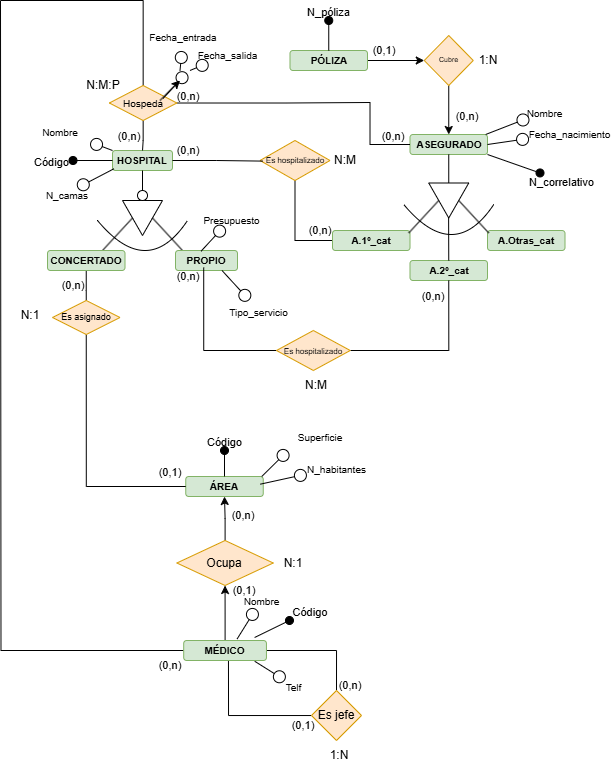
Above: Data Base/GestionHospitales.drawio.png in Samue45/1-DAM (draw.io), before the change. Source tidied: cells renumbered, new cells last; positions are measured from the earlier drawing's top-left corner, leaving out a move shared by most shapes.
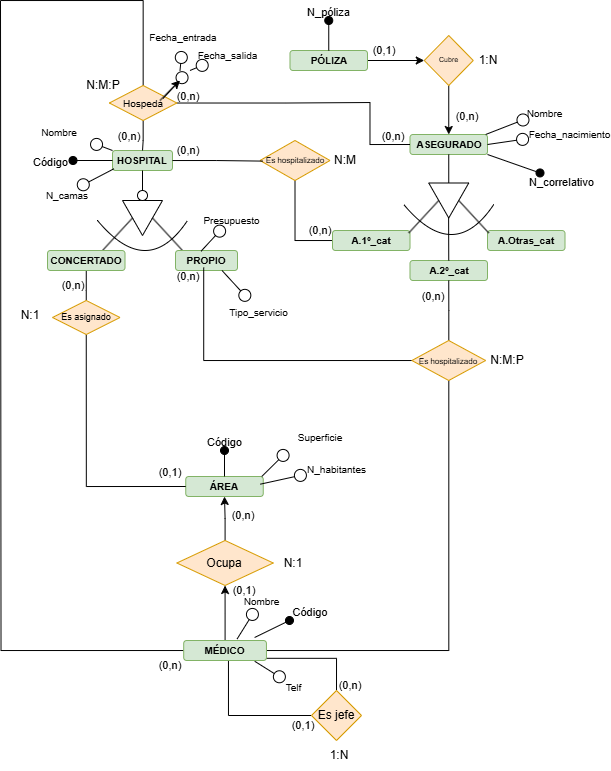
Later version of the same file.

What changed in the source:
```diff
@@ -102,7 +102,7 @@
     <mxCell id="30" style="edgeStyle=orthogonalEdgeStyle;rounded=0;jettySize=auto;html=1;entryX=0.5;entryY=1;entryDx=0;entryDy=0;" parent="1" edge="1" source="33" target="85">
       <mxGeometry relative="1" as="geometry" />
     </mxCell>
-    <mxCell id="31" style="edgeStyle=orthogonalEdgeStyle;rounded=0;jettySize=auto;html=1;endArrow=none;endFill=0;entryX=0.5;entryY=0;entryDx=0;entryDy=0;exitX=1;exitY=0.5;exitDx=0;exitDy=0;" parent="1" edge="1" source="33" target="88">
+    <mxCell id="31" style="edgeStyle=orthogonalEdgeStyle;rounded=0;jettySize=auto;html=1;endArrow=none;endFill=0;entryX=0.5;entryY=0;entryDx=0;entryDy=0;exitX=0.993;exitY=0.89;exitDx=0;exitDy=0;exitPerimeter=0;" parent="1" edge="1" source="33" target="88">
       <mxGeometry relative="1" as="geometry" />
     </mxCell>
     <mxCell id="32" style="edgeStyle=orthogonalEdgeStyle;rounded=0;jettySize=auto;html=1;fontSize=12;startSize=8;endSize=8;endArrow=none;endFill=0;" parent="1" edge="1" source="33">
@@ -110,6 +110,9 @@
         <mxPoint as="targetPoint" />
       </mxGeometry>
     </mxCell>
+    <mxCell id="106" style="edgeStyle=orthogonalEdgeStyle;rounded=0;jettySize=auto;html=1;fontSize=12;startSize=8;endSize=8;endArrow=none;endFill=0;" parent="1" edge="1" source="33" target="68">
+      <mxGeometry relative="1" as="geometry" />
+    </mxCell>
     <mxCell id="33" value="&lt;b&gt;MÉDICO&lt;/b&gt;" style="rounded=1;whiteSpace=wrap;html=1;fillColor=#d5e8d4;strokeColor=#82b366;fontSize=10;" parent="1" vertex="1">
       <mxGeometry x="183.2" y="640" width="82.8" height="20" as="geometry" />
     </mxCell>
@@ -233,10 +236,10 @@
       <mxGeometry relative="1" as="geometry" />
     </mxCell>
     <mxCell id="68" value="&lt;span style=&quot;font-size: 8px;&quot;&gt;Es hospitalizado&lt;/span&gt;" style="rhombus;whiteSpace=wrap;html=1;fillColor=#ffe6cc;strokeColor=#d79b00;" parent="1" vertex="1">
-      <mxGeometry x="276" y="330" width="73.8" height="40" as="geometry" />
+      <mxGeometry x="411.4" y="340" width="73.8" height="40" as="geometry" />
     </mxCell>
-    <mxCell id="69" value="N:M" style="text;html=1;align=center;verticalAlign=middle;whiteSpace=wrap;rounded=0;" parent="1" vertex="1">
-      <mxGeometry x="294" y="370" width="43.8" height="30" as="geometry" />
+    <mxCell id="69" value="N:M:P" style="text;html=1;align=center;verticalAlign=middle;whiteSpace=wrap;rounded=0;" parent="1" vertex="1">
+      <mxGeometry x="485.2" y="345" width="43.8" height="30" as="geometry" />
     </mxCell>
     <mxCell id="70" style="edgeStyle=orthogonalEdgeStyle;rounded=0;jettySize=auto;html=1;endArrow=none;endFill=0;" parent="1" edge="1" source="73" target="5">
       <mxGeometry relative="1" as="geometry" />
```
